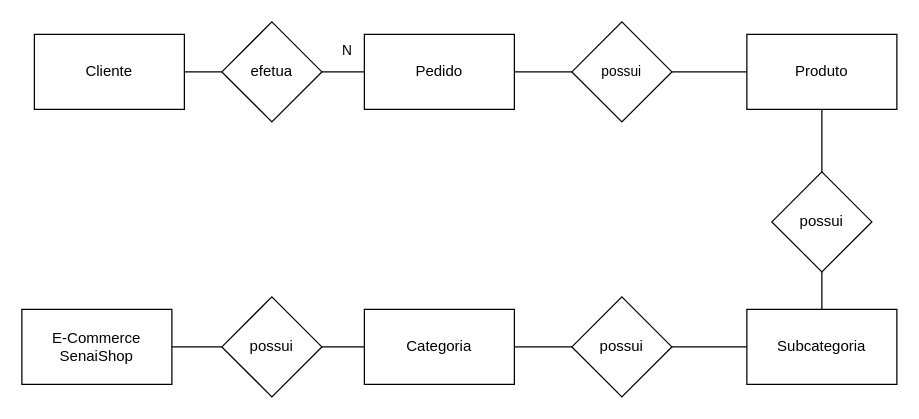
Before: page "05" (6 of 7) of ex.drawio in gsampaiowz/senai_sem2, a draw.io diagram. Source tidied: cells renumbered, new cells numbered last; positions are measured from the earlier drawing's top-left corner, leaving out a move shared by most shapes. Both pictures are drawn from the tidied source at 125%, with x=0, y=0 at pixel (21, 21).
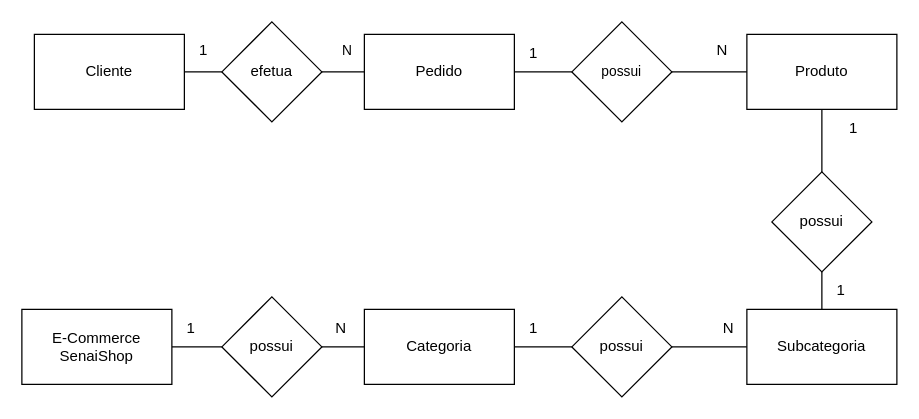
The same diagram, later.

The edit, as a diff of the source:
```diff
@@
+    <mxCell id="24" value="1" style="text;html=1;align=center;verticalAlign=middle;strokeColor=none;fillColor=none;" parent="1" vertex="1">
+      <mxGeometry x="130" y="8" width="30" height="30" as="geometry" />
+    </mxCell>
+    <mxCell id="25" value="1" style="text;html=1;align=center;verticalAlign=middle;strokeColor=none;fillColor=none;" parent="1" vertex="1">
+      <mxGeometry x="394" y="10" width="30" height="30" as="geometry" />
+    </mxCell>
+    <mxCell id="26" value="N" style="text;html=1;align=center;verticalAlign=middle;strokeColor=none;fillColor=none;" parent="1" vertex="1">
+      <mxGeometry x="545" y="8" width="30" height="30" as="geometry" />
+    </mxCell>
+    <mxCell id="27" value="1" style="text;html=1;align=center;verticalAlign=middle;strokeColor=none;fillColor=none;" parent="1" vertex="1">
+      <mxGeometry x="650" y="70" width="30" height="30" as="geometry" />
+    </mxCell>
+    <mxCell id="28" value="1" style="text;html=1;align=center;verticalAlign=middle;strokeColor=none;fillColor=none;" parent="1" vertex="1">
+      <mxGeometry x="640" y="200" width="30" height="30" as="geometry" />
+    </mxCell>
+    <mxCell id="29" value="N" style="text;html=1;align=center;verticalAlign=middle;strokeColor=none;fillColor=none;" parent="1" vertex="1">
+      <mxGeometry x="550" y="230" width="30" height="30" as="geometry" />
+    </mxCell>
+    <mxCell id="30" value="1" style="text;html=1;align=center;verticalAlign=middle;strokeColor=none;fillColor=none;" parent="1" vertex="1">
+      <mxGeometry x="394" y="230" width="30" height="30" as="geometry" />
+    </mxCell>
+    <mxCell id="31" value="1" style="text;html=1;align=center;verticalAlign=middle;strokeColor=none;fillColor=none;" parent="1" vertex="1">
+      <mxGeometry x="120" y="230" width="30" height="30" as="geometry" />
+    </mxCell>
+    <mxCell id="32" value="N" style="text;html=1;align=center;verticalAlign=middle;strokeColor=none;fillColor=none;" parent="1" vertex="1">
+      <mxGeometry x="240" y="230" width="30" height="30" as="geometry" />
+    </mxCell>
```
